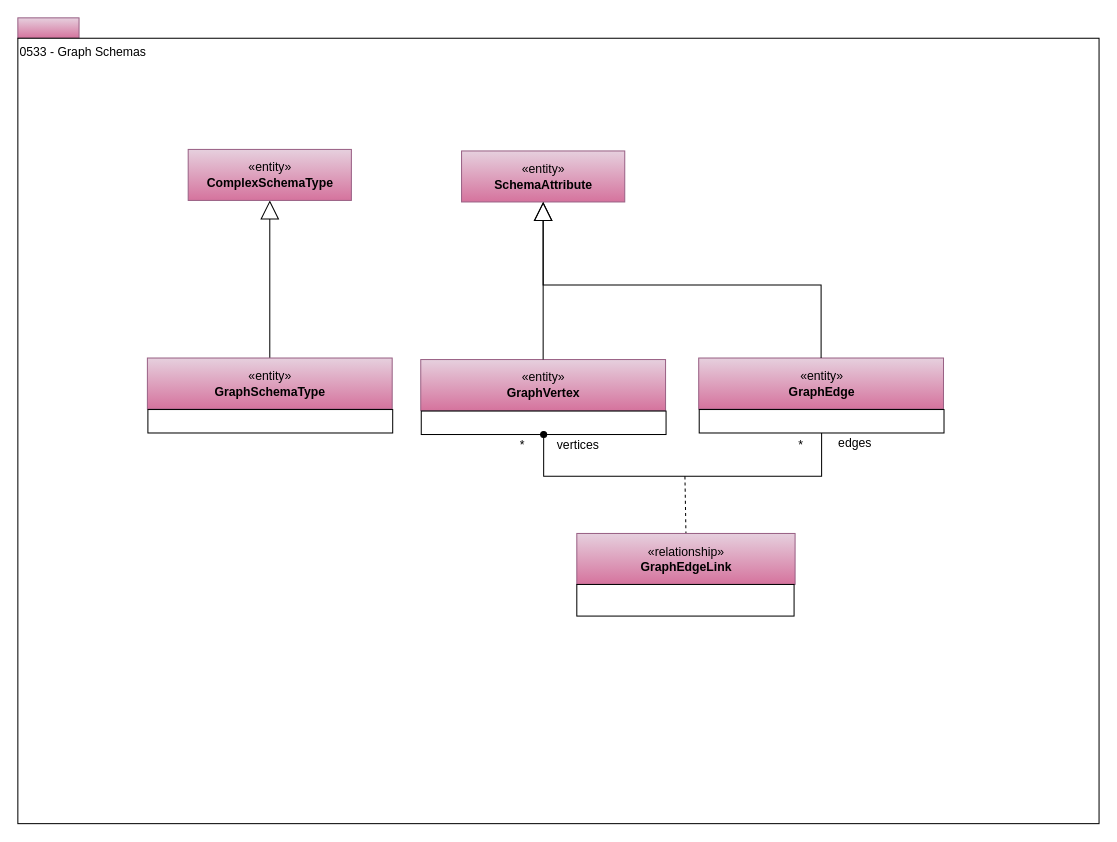
Earlier version of the draw.io diagram page "0533-Graph-Schemas" (15 of 32) of site/docs/types/5/area-5-models-and-schema.drawio (odpi/egeria-docs). Source tidied: cells renumbered, new cells numbered last; positions are measured from the earlier drawing's top-left corner, leaving out a move shared by most shapes. Both pictures are drawn from the tidied source at 102%, with x=0, y=0 at pixel (17, 17).
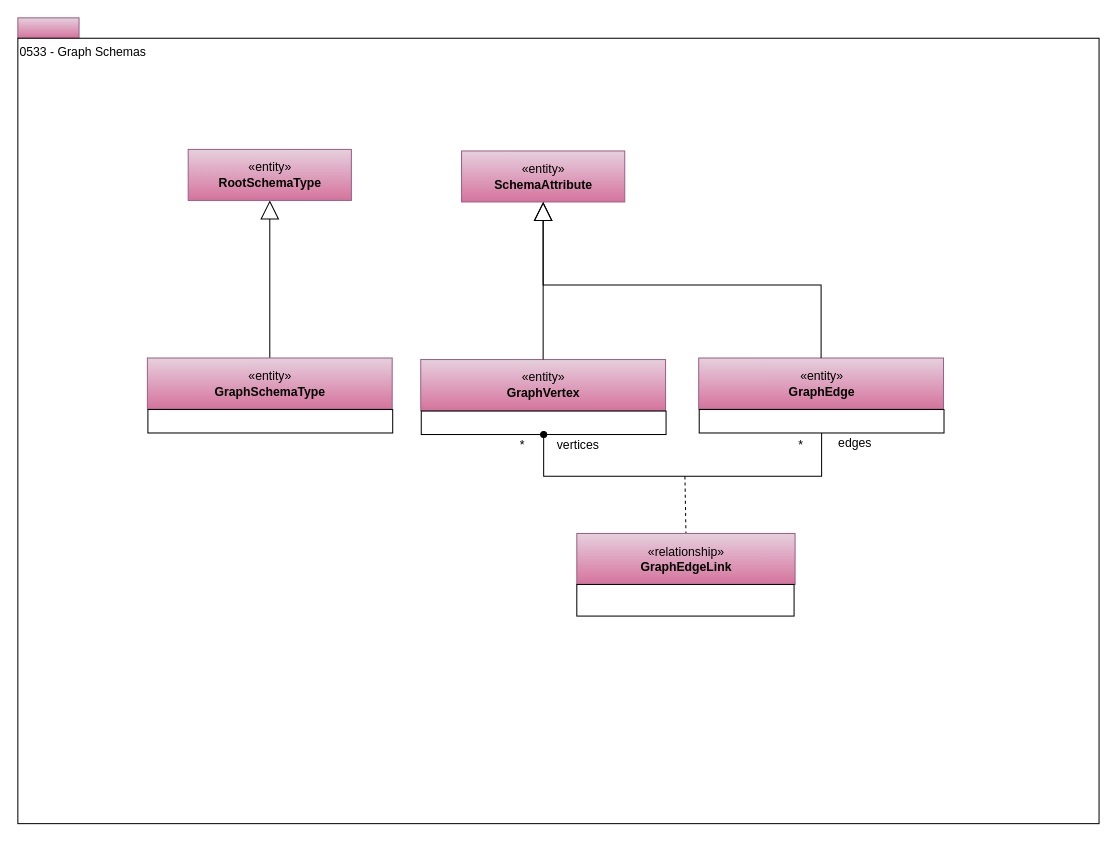
The same page after the edit.

What changed in the source:
```diff
@@
-    <mxCell id="11" value="«entity»&lt;br&gt;&lt;b&gt;ComplexSchemaType&lt;/b&gt;" style="html=1;strokeColor=#996185;align=center;fillColor=#e6d0de;gradientColor=#d5739d;" parent="1" vertex="1">
+    <mxCell id="11" value="«entity»&lt;br&gt;&lt;b&gt;RootSchemaType&lt;/b&gt;" style="html=1;strokeColor=#996185;align=center;fillColor=#e6d0de;gradientColor=#d5739d;" parent="1" vertex="1">
       <mxGeometry x="167" y="129" width="160" height="50" as="geometry" />
     </mxCell>
```
